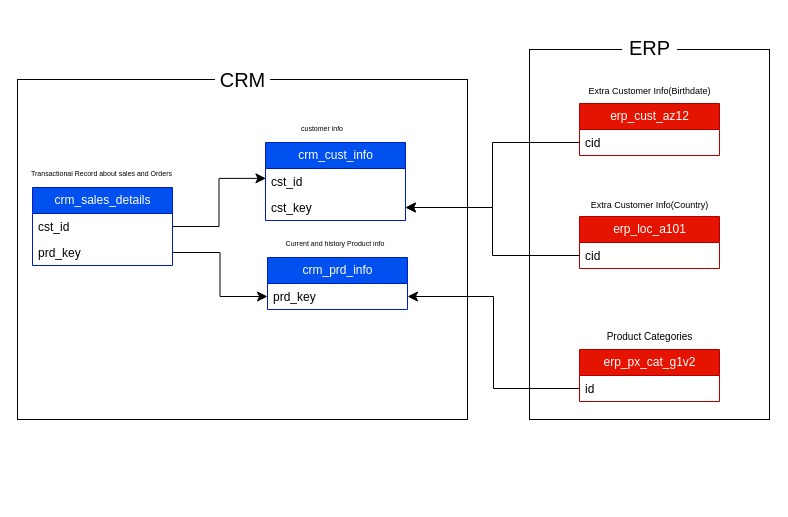
Earlier version of the draw.io diagram documents/DATA_INTEGRATION.drawio (Swaraj-sj2000/sql-data-warehouse-project). Source tidied: cells renumbered, new cells numbered last; positions are measured from the earlier drawing's top-left corner, leaving out a move shared by most shapes. Both pictures are drawn from the tidied source at 100%, with x=0, y=0 at pixel (17, 29).
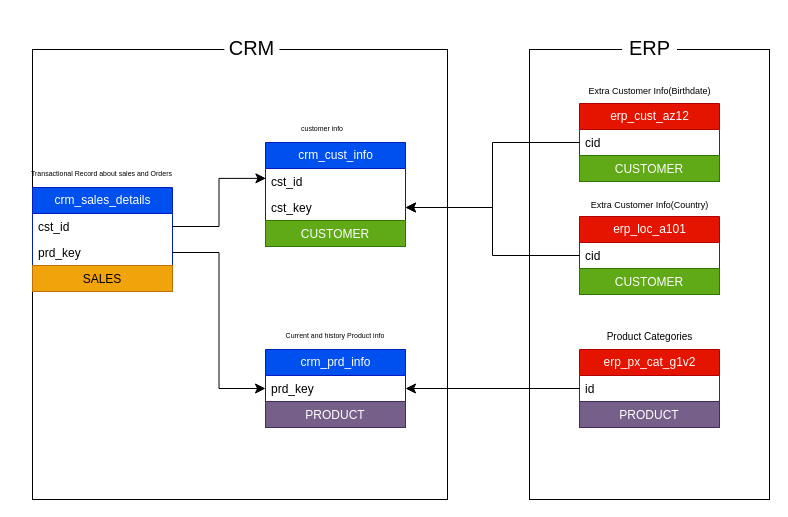
The same page after the edit.

Commit message (it also covers changes not shown here):
added dimensions and facts in golden layer and added er diagram for golden layer

The change refers to these unchanged cells:
```xml
<mxCell id="9" value="cst_key" style="text;align=left;verticalAlign=top;spacingLeft=4;spacingRight=4;overflow=hidden;points=[[0,0.5],[1,0.5]];portConstraint=eastwest;whiteSpace=wrap;html=1;" parent="7" vertex="1">
  <mxGeometry y="52" width="140" height="26" as="geometry" />
</mxCell>
```

Change to the diagram source:
```diff
@@
-    <mxCell id="2" style="rounded=0;whiteSpace=wrap;html=1;" parent="1" vertex="1">
-      <mxGeometry x="512" y="20" width="240" height="370" as="geometry" />
-    </mxCell>
-    <mxCell id="3" style="rounded=0;whiteSpace=wrap;html=1;" parent="1" vertex="1">
-      <mxGeometry y="50" width="450" height="340" as="geometry" />
-    </mxCell>
+    <mxCell id="31" style="rounded=0;whiteSpace=wrap;html=1;" parent="1" vertex="1">
+      <mxGeometry x="512" y="20" width="240" height="450" as="geometry" />
+    </mxCell>
+    <mxCell id="32" style="rounded=0;whiteSpace=wrap;html=1;" parent="1" vertex="1">
+      <mxGeometry x="15" y="20" width="415" height="450" as="geometry" />
+    </mxCell>
@@
     <mxCell id="5" value="&lt;font style=&quot;font-size: 7px;&quot;&gt;Current and history Product info&lt;/font&gt;" style="text;html=1;align=center;verticalAlign=middle;whiteSpace=wrap;rounded=0;" parent="1" vertex="1">
-      <mxGeometry x="261.9" y="198" width="112.2" height="30" as="geometry" />
+      <mxGeometry x="261.9" y="290" width="112.2" height="30" as="geometry" />
     </mxCell>
@@
     <mxCell id="7" value="crm_cust_info" style="swimlane;fontStyle=0;horizontal=1;startSize=26;html=1;fillColor=#0050ef;fontColor=#ffffff;strokeColor=#001DBC;" parent="1" vertex="1">
-      <mxGeometry x="248" y="113" width="140" height="78" as="geometry" />
+      <mxGeometry x="248" y="113" width="140" height="104" as="geometry" />
     </mxCell>
-    <mxCell id="8" value="cst_id" style="text;align=left;verticalAlign=top;spacingLeft=4;spacingRight=4;overflow=hidden;points=[[0,0.5],[1,0.5]];portConstraint=eastwest;whiteSpace=wrap;html=1;" parent="7" vertex="1">
-      <mxGeometry y="26" width="140" height="26" as="geometry" />
-    </mxCell>
+    <mxCell id="33" value="cst_id" style="text;align=left;verticalAlign=top;spacingLeft=4;spacingRight=4;overflow=hidden;points=[[0,0.5],[1,0.5]];portConstraint=eastwest;whiteSpace=wrap;html=1;" parent="7" vertex="1">
+      <mxGeometry y="26" width="140" height="26" as="geometry" />
+    </mxCell>
@@
+    <mxCell id="34" value="CUSTOMER" style="text;strokeColor=#2D7600;fillColor=#60a917;align=center;verticalAlign=top;spacingLeft=4;spacingRight=4;overflow=hidden;whiteSpace=wrap;html=1;fontColor=#ffffff;" parent="7" vertex="1">
+      <mxGeometry y="78" width="140" height="26" as="geometry" />
+    </mxCell>
     <mxCell id="10" value="crm_prd_info" style="swimlane;fontStyle=0;horizontal=1;startSize=26;html=1;fillColor=#0050ef;fontColor=#ffffff;strokeColor=#001DBC;" parent="1" vertex="1">
-      <mxGeometry x="250" y="228" width="140" height="52" as="geometry" />
+      <mxGeometry x="248" y="320" width="140" height="78" as="geometry" />
     </mxCell>
@@
+    <mxCell id="35" value="PRODUCT" style="text;strokeColor=#432D57;fillColor=#76608a;align=center;verticalAlign=top;spacingLeft=4;spacingRight=4;overflow=hidden;whiteSpace=wrap;html=1;fontColor=#ffffff;" parent="10" vertex="1">
+      <mxGeometry y="52" width="140" height="26" as="geometry" />
+    </mxCell>
     <mxCell id="12" value="crm_sales_details" style="swimlane;fontStyle=0;horizontal=1;startSize=26;html=1;fillColor=#0050ef;fontColor=#ffffff;strokeColor=#001DBC;" parent="1" vertex="1">
-      <mxGeometry x="15" y="158" width="140" height="78" as="geometry" />
+      <mxGeometry x="15" y="158" width="140" height="104" as="geometry" />
     </mxCell>
-    <mxCell id="13" value="cst_id" style="text;align=left;verticalAlign=top;spacingLeft=4;spacingRight=4;overflow=hidden;points=[[0,0.5],[1,0.5]];portConstraint=eastwest;whiteSpace=wrap;html=1;" parent="12" vertex="1">
-      <mxGeometry y="26" width="140" height="26" as="geometry" />
-    </mxCell>
+    <mxCell id="36" value="cst_id" style="text;align=left;verticalAlign=top;spacingLeft=4;spacingRight=4;overflow=hidden;points=[[0,0.5],[1,0.5]];portConstraint=eastwest;whiteSpace=wrap;html=1;" parent="12" vertex="1">
+      <mxGeometry y="26" width="140" height="26" as="geometry" />
+    </mxCell>
@@
-    <mxCell id="15" style="edgeStyle=orthogonalEdgeStyle;rounded=0;jettySize=auto;html=1;entryX=0.003;entryY=0.379;entryDx=0;entryDy=0;entryPerimeter=0;fontSize=12;startSize=8;endSize=8;exitX=1;exitY=0.5;exitDx=0;exitDy=0;" parent="1" edge="1" source="13" target="8">
-      <mxGeometry relative="1" as="geometry" />
-    </mxCell>
+    <mxCell id="37" value="SALES" style="text;strokeColor=#BD7000;fillColor=#f0a30a;align=center;verticalAlign=top;spacingLeft=4;spacingRight=4;overflow=hidden;whiteSpace=wrap;html=1;fontColor=#000000;" parent="12" vertex="1">
+      <mxGeometry y="78" width="140" height="26" as="geometry" />
+    </mxCell>
+    <mxCell id="38" style="edgeStyle=orthogonalEdgeStyle;rounded=0;jettySize=auto;html=1;entryX=0.003;entryY=0.379;entryDx=0;entryDy=0;entryPerimeter=0;fontSize=12;startSize=8;endSize=8;exitX=1;exitY=0.5;exitDx=0;exitDy=0;" parent="1" edge="1" source="36" target="33">
+      <mxGeometry relative="1" as="geometry" />
+    </mxCell>
@@
     <mxCell id="17" value="erp_cust_az12" style="swimlane;fontStyle=0;horizontal=1;startSize=26;fillColor=#e51400;html=1;fontColor=#ffffff;strokeColor=#B20000;" parent="1" vertex="1">
-      <mxGeometry x="562" y="74" width="140" height="52" as="geometry" />
+      <mxGeometry x="562" y="74" width="140" height="78" as="geometry" />
     </mxCell>
-    <mxCell id="18" value="cid" style="text;strokeColor=none;fillColor=none;align=left;verticalAlign=top;spacingLeft=4;spacingRight=4;overflow=hidden;points=[[0,0.5],[1,0.5]];portConstraint=eastwest;whiteSpace=wrap;html=1;" parent="17" vertex="1">
-      <mxGeometry y="26" width="140" height="26" as="geometry" />
-    </mxCell>
+    <mxCell id="39" value="cid" style="text;strokeColor=none;fillColor=none;align=left;verticalAlign=top;spacingLeft=4;spacingRight=4;overflow=hidden;points=[[0,0.5],[1,0.5]];portConstraint=eastwest;whiteSpace=wrap;html=1;" parent="17" vertex="1">
+      <mxGeometry y="26" width="140" height="26" as="geometry" />
+    </mxCell>
+    <mxCell id="40" value="CUSTOMER" style="text;strokeColor=#2D7600;fillColor=#60a917;align=center;verticalAlign=top;spacingLeft=4;spacingRight=4;overflow=hidden;whiteSpace=wrap;html=1;fontColor=#ffffff;" parent="17" vertex="1">
+      <mxGeometry y="52" width="140" height="26" as="geometry" />
+    </mxCell>
@@
     <mxCell id="21" value="erp_px_cat_g1v2" style="swimlane;fontStyle=0;horizontal=1;startSize=26;fillColor=#e51400;html=1;fontColor=#ffffff;strokeColor=#B20000;" parent="1" vertex="1">
-      <mxGeometry x="562" y="320" width="140" height="52" as="geometry" />
+      <mxGeometry x="562" y="320" width="140" height="78" as="geometry" />
     </mxCell>
@@
+    <mxCell id="41" value="PRODUCT" style="text;strokeColor=#432D57;fillColor=#76608a;align=center;verticalAlign=top;spacingLeft=4;spacingRight=4;overflow=hidden;whiteSpace=wrap;html=1;fontColor=#ffffff;" parent="21" vertex="1">
+      <mxGeometry y="52" width="140" height="26" as="geometry" />
+    </mxCell>
@@
     <mxCell id="24" value="erp_loc_a101" style="swimlane;fontStyle=0;horizontal=1;startSize=26;fillColor=#e51400;html=1;fontColor=#ffffff;strokeColor=#B20000;" parent="1" vertex="1">
-      <mxGeometry x="562" y="187" width="140" height="52" as="geometry" />
+      <mxGeometry x="562" y="187" width="140" height="78" as="geometry" />
     </mxCell>
-    <mxCell id="25" value="cid" style="text;strokeColor=none;fillColor=none;align=left;verticalAlign=top;spacingLeft=4;spacingRight=4;overflow=hidden;points=[[0,0.5],[1,0.5]];portConstraint=eastwest;whiteSpace=wrap;html=1;" parent="24" vertex="1">
-      <mxGeometry y="26" width="140" height="26" as="geometry" />
-    </mxCell>
-    <mxCell id="26" style="edgeStyle=orthogonalEdgeStyle;rounded=0;jettySize=auto;html=1;entryX=1;entryY=0.5;entryDx=0;entryDy=0;fontSize=12;startSize=8;endSize=8;" parent="1" edge="1" source="18" target="9">
-      <mxGeometry relative="1" as="geometry" />
-    </mxCell>
-    <mxCell id="27" style="edgeStyle=orthogonalEdgeStyle;rounded=0;jettySize=auto;html=1;entryX=1;entryY=0.5;entryDx=0;entryDy=0;fontSize=12;startSize=8;endSize=8;" parent="1" edge="1" source="25" target="9">
-      <mxGeometry relative="1" as="geometry" />
-    </mxCell>
+    <mxCell id="42" value="cid" style="text;strokeColor=none;fillColor=none;align=left;verticalAlign=top;spacingLeft=4;spacingRight=4;overflow=hidden;points=[[0,0.5],[1,0.5]];portConstraint=eastwest;whiteSpace=wrap;html=1;" parent="24" vertex="1">
+      <mxGeometry y="26" width="140" height="26" as="geometry" />
+    </mxCell>
+    <mxCell id="43" value="CUSTOMER" style="text;strokeColor=#2D7600;fillColor=#60a917;align=center;verticalAlign=top;spacingLeft=4;spacingRight=4;overflow=hidden;whiteSpace=wrap;html=1;fontColor=#ffffff;" parent="24" vertex="1">
+      <mxGeometry y="52" width="140" height="26" as="geometry" />
+    </mxCell>
+    <mxCell id="44" style="edgeStyle=orthogonalEdgeStyle;rounded=0;jettySize=auto;html=1;entryX=1;entryY=0.5;entryDx=0;entryDy=0;fontSize=12;startSize=8;endSize=8;" parent="1" edge="1" source="39" target="9">
+      <mxGeometry relative="1" as="geometry" />
+    </mxCell>
+    <mxCell id="45" style="edgeStyle=orthogonalEdgeStyle;rounded=0;jettySize=auto;html=1;entryX=1;entryY=0.5;entryDx=0;entryDy=0;fontSize=12;startSize=8;endSize=8;" parent="1" edge="1" source="42" target="9">
+      <mxGeometry relative="1" as="geometry" />
+    </mxCell>
@@
     <mxCell id="29" value="&lt;font style=&quot;font-size: 20px;&quot;&gt;CRM&lt;/font&gt;" style="rounded=1;whiteSpace=wrap;html=1;strokeColor=none;" parent="1" vertex="1">
-      <mxGeometry x="197.5" y="20" width="55" height="60" as="geometry" />
+      <mxGeometry x="206.9" y="-12" width="55" height="60" as="geometry" />
     </mxCell>
```
